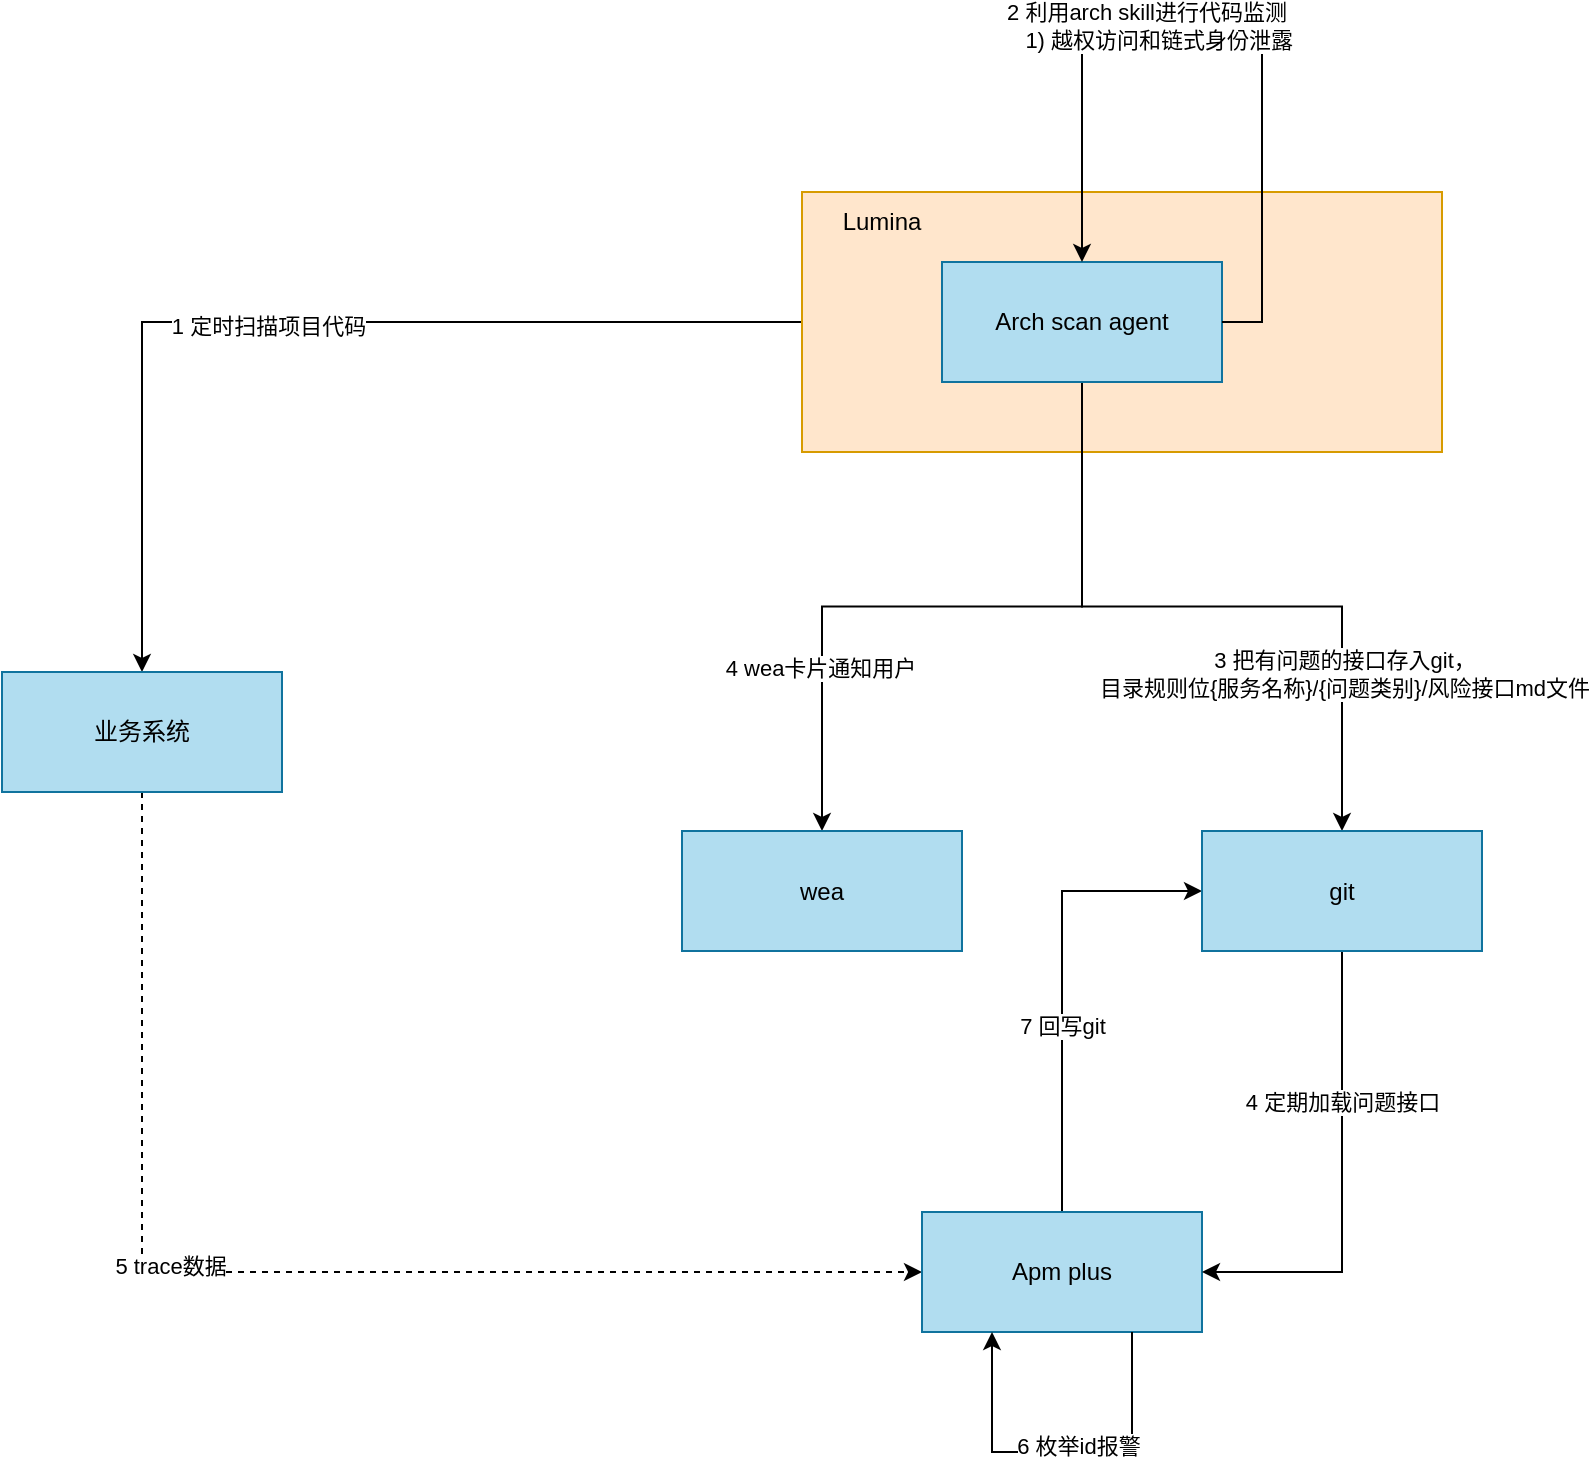
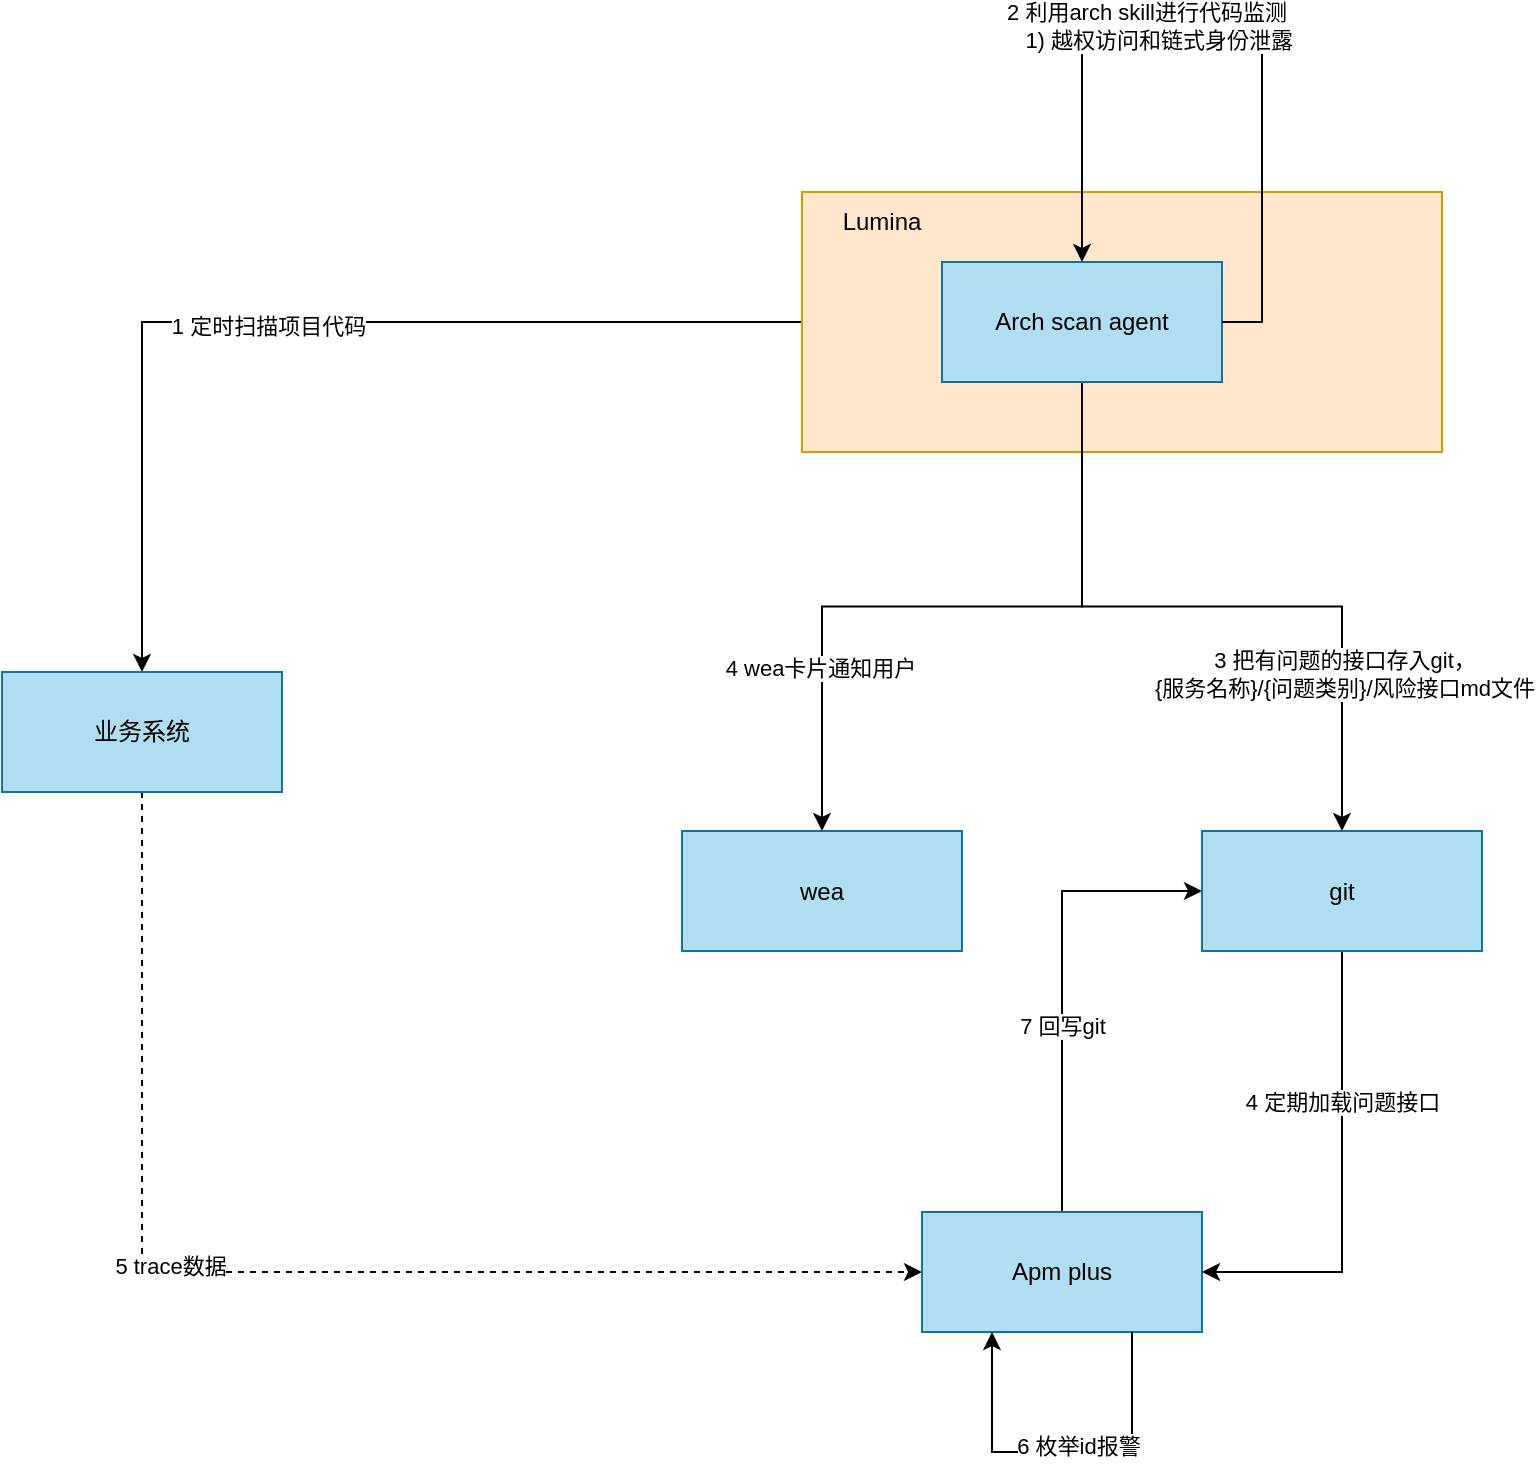
<mxfile host="app.diagrams.net">
  <diagram name="第 1 页" id="v4d0oD99BJNh_s1QToVL">
    <mxGraphModel dx="1222" dy="764" grid="1" gridSize="10" guides="1" tooltips="1" connect="1" arrows="1" fold="1" page="1" pageScale="1" pageWidth="3300" pageHeight="2339" math="0" shadow="0">
      <root>
        <mxCell id="0" />
        <mxCell id="1" parent="0" />
        <mxCell id="BZSGkBbcOcEUag34DBB_-2" edge="1" parent="1" source="SJECwPXb0EPlWWx2axZS-5" style="edgeStyle=orthogonalEdgeStyle;rounded=0;orthogonalLoop=1;jettySize=auto;html=1;exitX=0;exitY=0.5;exitDx=0;exitDy=0;" target="BZSGkBbcOcEUag34DBB_-1">
          <mxGeometry relative="1" as="geometry" />
        </mxCell>
        <mxCell id="BZSGkBbcOcEUag34DBB_-9" connectable="0" parent="BZSGkBbcOcEUag34DBB_-2" style="edgeLabel;html=1;align=center;verticalAlign=middle;resizable=0;points=[];" value="1 定时扫描项目代码" vertex="1">
          <mxGeometry relative="1" x="0.0582" y="2" as="geometry">
            <mxPoint as="offset" />
          </mxGeometry>
        </mxCell>
        <mxCell id="SJECwPXb0EPlWWx2axZS-5" parent="1" style="rounded=0;whiteSpace=wrap;html=1;fillColor=#ffe6cc;strokeColor=#d79b00;" value="" vertex="1">
          <mxGeometry height="130" width="320" x="530" y="160" as="geometry" />
        </mxCell>
        <mxCell id="BZSGkBbcOcEUag34DBB_-19" edge="1" parent="1" source="BZSGkBbcOcEUag34DBB_-1" style="edgeStyle=orthogonalEdgeStyle;rounded=0;orthogonalLoop=1;jettySize=auto;html=1;exitX=0.5;exitY=1;exitDx=0;exitDy=0;entryX=0;entryY=0.5;entryDx=0;entryDy=0;dashed=1;" target="BZSGkBbcOcEUag34DBB_-3">
          <mxGeometry relative="1" as="geometry" />
        </mxCell>
        <mxCell id="BZSGkBbcOcEUag34DBB_-20" connectable="0" parent="BZSGkBbcOcEUag34DBB_-19" style="edgeLabel;html=1;align=center;verticalAlign=middle;resizable=0;points=[];" value="5 trace数据" vertex="1">
          <mxGeometry relative="1" x="-0.1937" y="3" as="geometry">
            <mxPoint as="offset" />
          </mxGeometry>
        </mxCell>
        <mxCell id="BZSGkBbcOcEUag34DBB_-1" parent="1" style="rounded=0;whiteSpace=wrap;html=1;fillColor=#b1ddf0;strokeColor=#10739e;" value="业务系统" vertex="1">
          <mxGeometry height="60" width="140" x="130" y="400" as="geometry" />
        </mxCell>
        <mxCell id="BZSGkBbcOcEUag34DBB_-23" edge="1" parent="1" source="BZSGkBbcOcEUag34DBB_-3" style="edgeStyle=orthogonalEdgeStyle;rounded=0;orthogonalLoop=1;jettySize=auto;html=1;exitX=0.5;exitY=0;exitDx=0;exitDy=0;entryX=0;entryY=0.5;entryDx=0;entryDy=0;" target="BZSGkBbcOcEUag34DBB_-6">
          <mxGeometry relative="1" as="geometry" />
        </mxCell>
        <mxCell id="BZSGkBbcOcEUag34DBB_-24" connectable="0" parent="BZSGkBbcOcEUag34DBB_-23" style="edgeLabel;html=1;align=center;verticalAlign=middle;resizable=0;points=[];" value="7 回写git" vertex="1">
          <mxGeometry relative="1" x="-0.1931" as="geometry">
            <mxPoint as="offset" />
          </mxGeometry>
        </mxCell>
        <mxCell id="BZSGkBbcOcEUag34DBB_-3" parent="1" style="rounded=0;whiteSpace=wrap;html=1;fillColor=#b1ddf0;strokeColor=#10739e;" value="Apm plus" vertex="1">
          <mxGeometry height="60" width="140" x="590" y="670" as="geometry" />
        </mxCell>
        <mxCell id="BZSGkBbcOcEUag34DBB_-7" edge="1" parent="1" source="SJECwPXb0EPlWWx2axZS-4" style="edgeStyle=orthogonalEdgeStyle;rounded=0;orthogonalLoop=1;jettySize=auto;html=1;exitX=0.5;exitY=1;exitDx=0;exitDy=0;" target="BZSGkBbcOcEUag34DBB_-6">
          <mxGeometry relative="1" as="geometry" />
        </mxCell>
-         <mxCell id="BZSGkBbcOcEUag34DBB_-14" connectable="0" parent="BZSGkBbcOcEUag34DBB_-7" style="edgeLabel;html=1;align=center;verticalAlign=middle;resizable=0;points=[];" value="3 把有问题的接口存入git，&lt;div&gt;目录规则位{服务名称}/&lt;span style=&quot;background-color: light-dark(#ffffff, var(--ge-dark-color, #121212)); color: light-dark(rgb(0, 0, 0), rgb(255, 255, 255));&quot;&gt;{问题类别}/风险接口md文件&lt;/span&gt;&lt;/div&gt;" vertex="1">
+         <mxCell id="BZSGkBbcOcEUag34DBB_-14" connectable="0" parent="BZSGkBbcOcEUag34DBB_-7" style="edgeLabel;html=1;align=center;verticalAlign=middle;resizable=0;points=[];" value="3 把有问题的接口存入git，&lt;div&gt;{服务名称}/&lt;span style=&quot;background-color: light-dark(#ffffff, var(--ge-dark-color, #121212)); color: light-dark(rgb(0, 0, 0), rgb(255, 255, 255));&quot;&gt;{问题类别}/风险接口md文件&lt;/span&gt;&lt;/div&gt;" vertex="1">
          <mxGeometry relative="1" x="0.0845" y="1" as="geometry">
            <mxPoint x="51" y="34" as="offset" />
          </mxGeometry>
        </mxCell>
        <mxCell id="BZSGkBbcOcEUag34DBB_-8" edge="1" parent="1" source="SJECwPXb0EPlWWx2axZS-4" style="edgeStyle=orthogonalEdgeStyle;rounded=0;orthogonalLoop=1;jettySize=auto;html=1;exitX=0.5;exitY=1;exitDx=0;exitDy=0;" target="BZSGkBbcOcEUag34DBB_-5">
          <mxGeometry relative="1" as="geometry" />
        </mxCell>
        <mxCell id="BZSGkBbcOcEUag34DBB_-15" connectable="0" parent="BZSGkBbcOcEUag34DBB_-8" style="edgeLabel;html=1;align=center;verticalAlign=middle;resizable=0;points=[];" value="4 wea卡片通知用户" vertex="1">
          <mxGeometry relative="1" x="0.538" y="-1" as="geometry">
            <mxPoint as="offset" />
          </mxGeometry>
        </mxCell>
        <mxCell id="SJECwPXb0EPlWWx2axZS-4" parent="1" style="rounded=0;whiteSpace=wrap;html=1;fillColor=#b1ddf0;strokeColor=#10739e;" value="Arch scan agent" vertex="1">
          <mxGeometry height="60" width="140" x="600" y="195" as="geometry" />
        </mxCell>
        <mxCell id="BZSGkBbcOcEUag34DBB_-4" parent="1" style="text;html=1;whiteSpace=wrap;strokeColor=none;fillColor=none;align=center;verticalAlign=middle;rounded=0;" value="Lumina" vertex="1">
          <mxGeometry height="30" width="60" x="540" y="160" as="geometry" />
        </mxCell>
        <mxCell id="BZSGkBbcOcEUag34DBB_-5" parent="1" style="rounded=0;whiteSpace=wrap;html=1;fillColor=#b1ddf0;strokeColor=#10739e;" value="wea" vertex="1">
          <mxGeometry height="60" width="140" x="470" y="479.5" as="geometry" />
        </mxCell>
        <mxCell id="BZSGkBbcOcEUag34DBB_-17" edge="1" parent="1" source="BZSGkBbcOcEUag34DBB_-6" style="edgeStyle=orthogonalEdgeStyle;rounded=0;orthogonalLoop=1;jettySize=auto;html=1;exitX=0.5;exitY=1;exitDx=0;exitDy=0;entryX=1;entryY=0.5;entryDx=0;entryDy=0;" target="BZSGkBbcOcEUag34DBB_-3">
          <mxGeometry relative="1" as="geometry" />
        </mxCell>
        <mxCell id="BZSGkBbcOcEUag34DBB_-18" connectable="0" parent="BZSGkBbcOcEUag34DBB_-17" style="edgeLabel;html=1;align=center;verticalAlign=middle;resizable=0;points=[];" value="4 定期加载问题接口" vertex="1">
          <mxGeometry relative="1" x="-0.3536" as="geometry">
            <mxPoint y="1" as="offset" />
          </mxGeometry>
        </mxCell>
        <mxCell id="BZSGkBbcOcEUag34DBB_-6" parent="1" style="rounded=0;whiteSpace=wrap;html=1;fillColor=#b1ddf0;strokeColor=#10739e;" value="git" vertex="1">
          <mxGeometry height="60" width="140" x="730" y="479.5" as="geometry" />
        </mxCell>
        <mxCell id="BZSGkBbcOcEUag34DBB_-12" edge="1" parent="1" source="SJECwPXb0EPlWWx2axZS-4" style="edgeStyle=orthogonalEdgeStyle;rounded=0;orthogonalLoop=1;jettySize=auto;html=1;exitX=1;exitY=0.5;exitDx=0;exitDy=0;entryX=0.5;entryY=0;entryDx=0;entryDy=0;" target="SJECwPXb0EPlWWx2axZS-4">
          <mxGeometry relative="1" as="geometry">
            <Array as="points">
              <mxPoint x="760" y="225" />
              <mxPoint x="760" y="80" />
              <mxPoint x="670" y="80" />
            </Array>
          </mxGeometry>
        </mxCell>
        <mxCell id="BZSGkBbcOcEUag34DBB_-13" connectable="0" parent="BZSGkBbcOcEUag34DBB_-12" style="edgeLabel;html=1;align=center;verticalAlign=middle;resizable=0;points=[];" value="2 利用arch skill进行代码监测&lt;div&gt;&amp;nbsp; &amp;nbsp; 1) 越权访问和链式身份泄露&lt;/div&gt;" vertex="1">
          <mxGeometry relative="1" x="0.2054" y="-3" as="geometry">
            <mxPoint as="offset" />
          </mxGeometry>
        </mxCell>
        <mxCell id="BZSGkBbcOcEUag34DBB_-21" edge="1" parent="1" source="BZSGkBbcOcEUag34DBB_-3" style="edgeStyle=orthogonalEdgeStyle;rounded=0;orthogonalLoop=1;jettySize=auto;html=1;exitX=0.75;exitY=1;exitDx=0;exitDy=0;entryX=0.25;entryY=1;entryDx=0;entryDy=0;" target="BZSGkBbcOcEUag34DBB_-3">
          <mxGeometry relative="1" as="geometry">
            <Array as="points">
              <mxPoint x="695" y="790" />
              <mxPoint x="625" y="790" />
            </Array>
          </mxGeometry>
        </mxCell>
        <mxCell id="BZSGkBbcOcEUag34DBB_-22" connectable="0" parent="BZSGkBbcOcEUag34DBB_-21" style="edgeLabel;html=1;align=center;verticalAlign=middle;resizable=0;points=[];" value="6 枚举id报警" vertex="1">
          <mxGeometry relative="1" x="-0.0842" y="-3" as="geometry">
            <mxPoint as="offset" />
          </mxGeometry>
        </mxCell>
      </root>
    </mxGraphModel>
  </diagram>
</mxfile>
